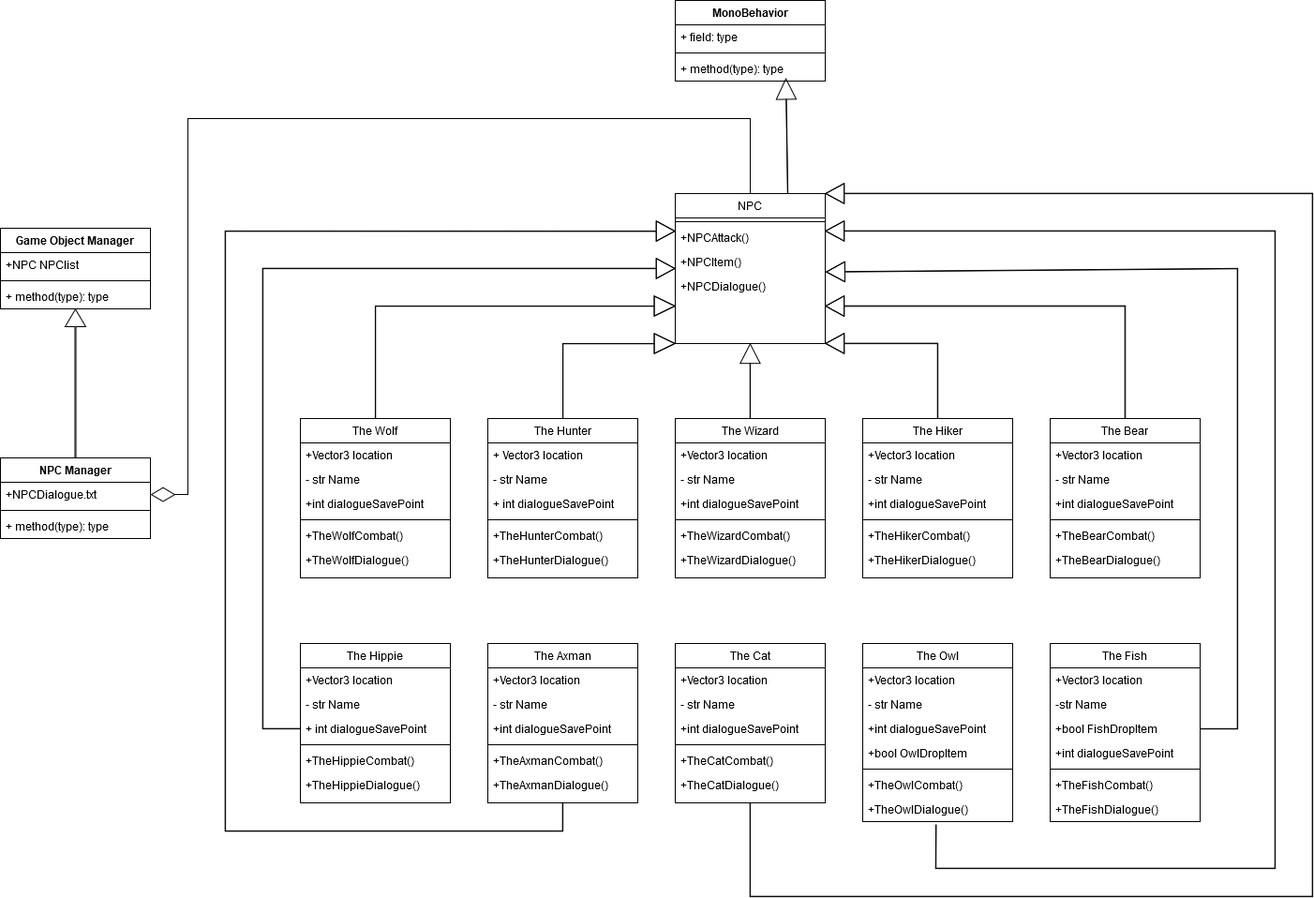
GreenSkyGames/Breaking-Red keeps this draw.io diagram as Docs/tl2/Todd Carter Works/Todd_Carter_Class_Diagram.png. Above is the earlier version. Source tidied: cells renumbered, new cells last; positions are measured from the earlier drawing's top-left corner, leaving out a move shared by most shapes.
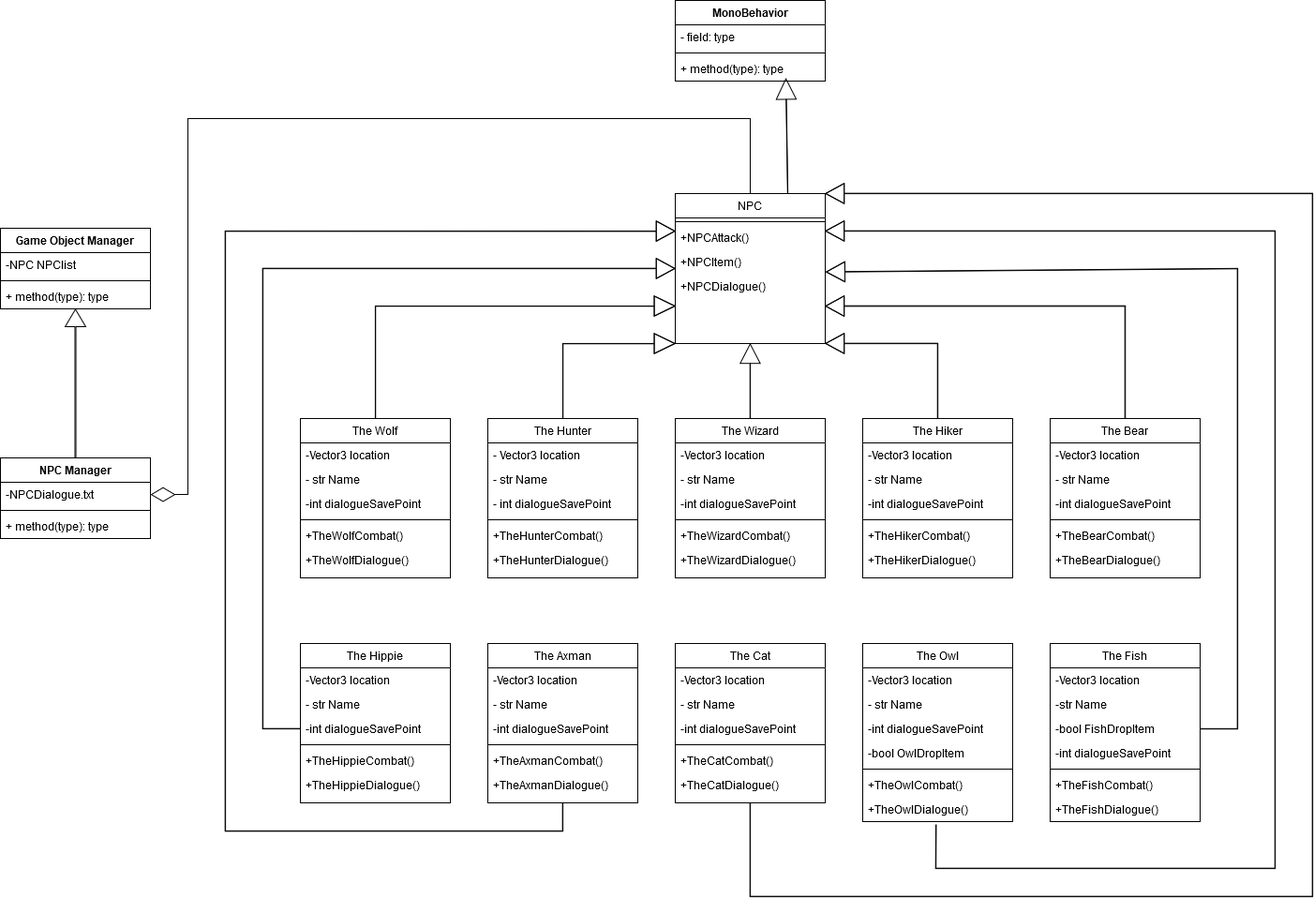
The same file after the commit.

Diff of the diagram source:
```diff
@@ -20,13 +20,13 @@
     <mxCell id="7" value="The Wolf" style="swimlane;fontStyle=0;align=center;verticalAlign=top;horizontal=1;startSize=26;rounded=0;shadow=0;strokeWidth=1;" parent="1" vertex="1">
       <mxGeometry x="320" y="446" width="160" height="170" as="geometry" />
     </mxCell>
-    <mxCell id="8" value="+Vector3 location" style="text;align=left;verticalAlign=top;spacingLeft=4;spacingRight=4;overflow=hidden;" parent="7" vertex="1">
+    <mxCell id="8" value="-Vector3 location" style="text;align=left;verticalAlign=top;spacingLeft=4;spacingRight=4;overflow=hidden;" parent="7" vertex="1">
       <mxGeometry y="26" width="160" height="26" as="geometry" />
     </mxCell>
     <mxCell id="9" value="- str Name" style="text;align=left;verticalAlign=top;spacingLeft=4;spacingRight=4;overflow=hidden;rounded=0;shadow=0;html=0;" parent="7" vertex="1">
       <mxGeometry y="52" width="160" height="26" as="geometry" />
     </mxCell>
-    <mxCell id="10" value="+int dialogueSavePoint" style="text;align=left;verticalAlign=top;spacingLeft=4;spacingRight=4;overflow=hidden;rounded=0;shadow=0;html=0;" parent="7" vertex="1">
+    <mxCell id="10" value="-int dialogueSavePoint" style="text;align=left;verticalAlign=top;spacingLeft=4;spacingRight=4;overflow=hidden;rounded=0;shadow=0;html=0;" parent="7" vertex="1">
       <mxGeometry y="78" width="160" height="26" as="geometry" />
     </mxCell>
     <mxCell id="11" style="line;html=1;strokeWidth=1;align=left;verticalAlign=middle;spacingTop=-1;spacingLeft=3;spacingRight=3;labelPosition=right;" parent="7" vertex="1">
@@ -41,13 +41,13 @@
     <mxCell id="14" value="The Hunter" style="swimlane;fontStyle=0;align=center;verticalAlign=top;horizontal=1;startSize=26;rounded=0;shadow=0;strokeWidth=1;" parent="1" vertex="1">
       <mxGeometry x="520" y="446" width="160" height="170" as="geometry" />
     </mxCell>
-    <mxCell id="15" value="+ Vector3 location" style="text;align=left;verticalAlign=top;spacingLeft=4;spacingRight=4;overflow=hidden;" parent="14" vertex="1">
+    <mxCell id="15" value="- Vector3 location" style="text;align=left;verticalAlign=top;spacingLeft=4;spacingRight=4;overflow=hidden;" parent="14" vertex="1">
       <mxGeometry y="26" width="160" height="26" as="geometry" />
     </mxCell>
     <mxCell id="16" value="- str Name" style="text;align=left;verticalAlign=top;spacingLeft=4;spacingRight=4;overflow=hidden;rounded=0;shadow=0;html=0;" parent="14" vertex="1">
       <mxGeometry y="52" width="160" height="26" as="geometry" />
     </mxCell>
-    <mxCell id="17" value="+ int dialogueSavePoint" style="text;align=left;verticalAlign=top;spacingLeft=4;spacingRight=4;overflow=hidden;rounded=0;shadow=0;html=0;" parent="14" vertex="1">
+    <mxCell id="17" value="- int dialogueSavePoint" style="text;align=left;verticalAlign=top;spacingLeft=4;spacingRight=4;overflow=hidden;rounded=0;shadow=0;html=0;" parent="14" vertex="1">
       <mxGeometry y="78" width="160" height="26" as="geometry" />
     </mxCell>
     <mxCell id="18" style="line;html=1;strokeWidth=1;align=left;verticalAlign=middle;spacingTop=-1;spacingLeft=3;spacingRight=3;labelPosition=right;" parent="14" vertex="1">
@@ -62,13 +62,13 @@
     <mxCell id="21" value="The Wizard" style="swimlane;fontStyle=0;align=center;verticalAlign=top;horizontal=1;startSize=26;rounded=0;shadow=0;strokeWidth=1;" parent="1" vertex="1">
       <mxGeometry x="720" y="446" width="160" height="170" as="geometry" />
     </mxCell>
-    <mxCell id="22" value="+Vector3 location" style="text;align=left;verticalAlign=top;spacingLeft=4;spacingRight=4;overflow=hidden;" parent="21" vertex="1">
+    <mxCell id="22" value="-Vector3 location" style="text;align=left;verticalAlign=top;spacingLeft=4;spacingRight=4;overflow=hidden;" parent="21" vertex="1">
       <mxGeometry y="26" width="160" height="26" as="geometry" />
     </mxCell>
     <mxCell id="23" value="- str Name" style="text;align=left;verticalAlign=top;spacingLeft=4;spacingRight=4;overflow=hidden;rounded=0;shadow=0;html=0;" parent="21" vertex="1">
       <mxGeometry y="52" width="160" height="26" as="geometry" />
     </mxCell>
-    <mxCell id="24" value="+int dialogueSavePoint" style="text;align=left;verticalAlign=top;spacingLeft=4;spacingRight=4;overflow=hidden;rounded=0;shadow=0;html=0;" parent="21" vertex="1">
+    <mxCell id="24" value="-int dialogueSavePoint" style="text;align=left;verticalAlign=top;spacingLeft=4;spacingRight=4;overflow=hidden;rounded=0;shadow=0;html=0;" parent="21" vertex="1">
       <mxGeometry y="78" width="160" height="26" as="geometry" />
     </mxCell>
     <mxCell id="25" style="line;html=1;strokeWidth=1;align=left;verticalAlign=middle;spacingTop=-1;spacingLeft=3;spacingRight=3;labelPosition=right;" parent="21" vertex="1">
@@ -83,13 +83,13 @@
     <mxCell id="28" value="The Hiker" style="swimlane;fontStyle=0;align=center;verticalAlign=top;horizontal=1;startSize=26;rounded=0;shadow=0;strokeWidth=1;" parent="1" vertex="1">
       <mxGeometry x="920" y="446" width="160" height="170" as="geometry" />
     </mxCell>
-    <mxCell id="29" value="+Vector3 location" style="text;align=left;verticalAlign=top;spacingLeft=4;spacingRight=4;overflow=hidden;" parent="28" vertex="1">
+    <mxCell id="29" value="-Vector3 location" style="text;align=left;verticalAlign=top;spacingLeft=4;spacingRight=4;overflow=hidden;" parent="28" vertex="1">
       <mxGeometry y="26" width="160" height="26" as="geometry" />
     </mxCell>
     <mxCell id="30" value="- str Name" style="text;align=left;verticalAlign=top;spacingLeft=4;spacingRight=4;overflow=hidden;rounded=0;shadow=0;html=0;" parent="28" vertex="1">
       <mxGeometry y="52" width="160" height="26" as="geometry" />
     </mxCell>
-    <mxCell id="31" value="+int dialogueSavePoint" style="text;align=left;verticalAlign=top;spacingLeft=4;spacingRight=4;overflow=hidden;rounded=0;shadow=0;html=0;" parent="28" vertex="1">
+    <mxCell id="31" value="-int dialogueSavePoint" style="text;align=left;verticalAlign=top;spacingLeft=4;spacingRight=4;overflow=hidden;rounded=0;shadow=0;html=0;" parent="28" vertex="1">
       <mxGeometry y="78" width="160" height="26" as="geometry" />
     </mxCell>
     <mxCell id="32" style="line;html=1;strokeWidth=1;align=left;verticalAlign=middle;spacingTop=-1;spacingLeft=3;spacingRight=3;labelPosition=right;" parent="28" vertex="1">
@@ -104,13 +104,13 @@
     <mxCell id="35" value="The Bear" style="swimlane;fontStyle=0;align=center;verticalAlign=top;horizontal=1;startSize=26;rounded=0;shadow=0;strokeWidth=1;" parent="1" vertex="1">
       <mxGeometry x="1120" y="446" width="160" height="170" as="geometry" />
     </mxCell>
-    <mxCell id="36" value="+Vector3 location" style="text;align=left;verticalAlign=top;spacingLeft=4;spacingRight=4;overflow=hidden;" parent="35" vertex="1">
+    <mxCell id="36" value="-Vector3 location" style="text;align=left;verticalAlign=top;spacingLeft=4;spacingRight=4;overflow=hidden;" parent="35" vertex="1">
       <mxGeometry y="26" width="160" height="26" as="geometry" />
     </mxCell>
     <mxCell id="37" value="- str Name" style="text;align=left;verticalAlign=top;spacingLeft=4;spacingRight=4;overflow=hidden;rounded=0;shadow=0;html=0;" parent="35" vertex="1">
       <mxGeometry y="52" width="160" height="26" as="geometry" />
     </mxCell>
-    <mxCell id="38" value="+int dialogueSavePoint" style="text;align=left;verticalAlign=top;spacingLeft=4;spacingRight=4;overflow=hidden;rounded=0;shadow=0;html=0;" parent="35" vertex="1">
+    <mxCell id="38" value="-int dialogueSavePoint" style="text;align=left;verticalAlign=top;spacingLeft=4;spacingRight=4;overflow=hidden;rounded=0;shadow=0;html=0;" parent="35" vertex="1">
       <mxGeometry y="78" width="160" height="26" as="geometry" />
     </mxCell>
     <mxCell id="39" style="line;html=1;strokeWidth=1;align=left;verticalAlign=middle;spacingTop=-1;spacingLeft=3;spacingRight=3;labelPosition=right;" parent="35" vertex="1">
@@ -125,13 +125,13 @@
     <mxCell id="42" value="The Hippie" style="swimlane;fontStyle=0;align=center;verticalAlign=top;horizontal=1;startSize=26;rounded=0;shadow=0;strokeWidth=1;" parent="1" vertex="1">
       <mxGeometry x="320" y="686" width="160" height="170" as="geometry" />
     </mxCell>
-    <mxCell id="43" value="+Vector3 location" style="text;align=left;verticalAlign=top;spacingLeft=4;spacingRight=4;overflow=hidden;" parent="42" vertex="1">
+    <mxCell id="43" value="-Vector3 location" style="text;align=left;verticalAlign=top;spacingLeft=4;spacingRight=4;overflow=hidden;" parent="42" vertex="1">
       <mxGeometry y="26" width="160" height="26" as="geometry" />
     </mxCell>
     <mxCell id="44" value="- str Name" style="text;align=left;verticalAlign=top;spacingLeft=4;spacingRight=4;overflow=hidden;rounded=0;shadow=0;html=0;" parent="42" vertex="1">
       <mxGeometry y="52" width="160" height="26" as="geometry" />
     </mxCell>
-    <mxCell id="45" value="+ int dialogueSavePoint" style="text;align=left;verticalAlign=top;spacingLeft=4;spacingRight=4;overflow=hidden;points=[[0,0.5],[1,0.5]];portConstraint=eastwest;rounded=0;shadow=0;html=0;" parent="42" vertex="1">
+    <mxCell id="45" value="-int dialogueSavePoint" style="text;align=left;verticalAlign=top;spacingLeft=4;spacingRight=4;overflow=hidden;points=[[0,0.5],[1,0.5]];portConstraint=eastwest;rounded=0;shadow=0;html=0;" parent="42" vertex="1">
       <mxGeometry y="78" width="160" height="26" as="geometry" />
     </mxCell>
     <mxCell id="46" style="line;html=1;strokeWidth=1;align=left;verticalAlign=middle;spacingTop=-1;spacingLeft=3;spacingRight=3;labelPosition=right;" parent="42" vertex="1">
@@ -146,13 +146,13 @@
     <mxCell id="49" value="The Axman" style="swimlane;fontStyle=0;align=center;verticalAlign=top;horizontal=1;startSize=26;rounded=0;shadow=0;strokeWidth=1;" parent="1" vertex="1">
       <mxGeometry x="520" y="686" width="160" height="170" as="geometry" />
     </mxCell>
-    <mxCell id="50" value="+Vector3 location" style="text;align=left;verticalAlign=top;spacingLeft=4;spacingRight=4;overflow=hidden;" parent="49" vertex="1">
+    <mxCell id="50" value="-Vector3 location" style="text;align=left;verticalAlign=top;spacingLeft=4;spacingRight=4;overflow=hidden;" parent="49" vertex="1">
       <mxGeometry y="26" width="160" height="26" as="geometry" />
     </mxCell>
     <mxCell id="51" value="- str Name" style="text;align=left;verticalAlign=top;spacingLeft=4;spacingRight=4;overflow=hidden;rounded=0;shadow=0;html=0;" parent="49" vertex="1">
       <mxGeometry y="52" width="160" height="26" as="geometry" />
     </mxCell>
-    <mxCell id="52" value="+int dialogueSavePoint" style="text;align=left;verticalAlign=top;spacingLeft=4;spacingRight=4;overflow=hidden;rounded=0;shadow=0;html=0;" parent="49" vertex="1">
+    <mxCell id="52" value="-int dialogueSavePoint" style="text;align=left;verticalAlign=top;spacingLeft=4;spacingRight=4;overflow=hidden;rounded=0;shadow=0;html=0;" parent="49" vertex="1">
       <mxGeometry y="78" width="160" height="26" as="geometry" />
     </mxCell>
     <mxCell id="53" style="line;html=1;strokeWidth=1;align=left;verticalAlign=middle;spacingTop=-1;spacingLeft=3;spacingRight=3;labelPosition=right;" parent="49" vertex="1">
@@ -167,13 +167,13 @@
     <mxCell id="56" value="The Cat" style="swimlane;fontStyle=0;align=center;verticalAlign=top;horizontal=1;startSize=26;rounded=0;shadow=0;strokeWidth=1;" parent="1" vertex="1">
       <mxGeometry x="720" y="686" width="160" height="170" as="geometry" />
     </mxCell>
-    <mxCell id="57" value="+Vector3 location" style="text;align=left;verticalAlign=top;spacingLeft=4;spacingRight=4;overflow=hidden;" parent="56" vertex="1">
+    <mxCell id="57" value="-Vector3 location" style="text;align=left;verticalAlign=top;spacingLeft=4;spacingRight=4;overflow=hidden;" parent="56" vertex="1">
       <mxGeometry y="26" width="160" height="26" as="geometry" />
     </mxCell>
     <mxCell id="58" value="- str Name" style="text;align=left;verticalAlign=top;spacingLeft=4;spacingRight=4;overflow=hidden;rounded=0;shadow=0;html=0;" parent="56" vertex="1">
       <mxGeometry y="52" width="160" height="26" as="geometry" />
     </mxCell>
-    <mxCell id="59" value="+int dialogueSavePoint" style="text;align=left;verticalAlign=top;spacingLeft=4;spacingRight=4;overflow=hidden;rounded=0;shadow=0;html=0;" parent="56" vertex="1">
+    <mxCell id="59" value="-int dialogueSavePoint" style="text;align=left;verticalAlign=top;spacingLeft=4;spacingRight=4;overflow=hidden;rounded=0;shadow=0;html=0;" parent="56" vertex="1">
       <mxGeometry y="78" width="160" height="26" as="geometry" />
     </mxCell>
     <mxCell id="60" style="line;html=1;strokeWidth=1;align=left;verticalAlign=middle;spacingTop=-1;spacingLeft=3;spacingRight=3;labelPosition=right;" parent="56" vertex="1">
@@ -188,16 +188,16 @@
     <mxCell id="63" value="The Owl" style="swimlane;fontStyle=0;align=center;verticalAlign=top;horizontal=1;startSize=26;rounded=0;shadow=0;strokeWidth=1;" parent="1" vertex="1">
       <mxGeometry x="920" y="686" width="160" height="190" as="geometry" />
     </mxCell>
-    <mxCell id="64" value="+Vector3 location" style="text;align=left;verticalAlign=top;spacingLeft=4;spacingRight=4;overflow=hidden;" parent="63" vertex="1">
+    <mxCell id="64" value="-Vector3 location" style="text;align=left;verticalAlign=top;spacingLeft=4;spacingRight=4;overflow=hidden;" parent="63" vertex="1">
       <mxGeometry y="26" width="160" height="26" as="geometry" />
     </mxCell>
     <mxCell id="65" value="- str Name" style="text;align=left;verticalAlign=top;spacingLeft=4;spacingRight=4;overflow=hidden;rounded=0;shadow=0;html=0;" parent="63" vertex="1">
       <mxGeometry y="52" width="160" height="26" as="geometry" />
     </mxCell>
-    <mxCell id="66" value="+int dialogueSavePoint" style="text;align=left;verticalAlign=top;spacingLeft=4;spacingRight=4;overflow=hidden;rounded=0;shadow=0;html=0;" parent="63" vertex="1">
+    <mxCell id="66" value="-int dialogueSavePoint" style="text;align=left;verticalAlign=top;spacingLeft=4;spacingRight=4;overflow=hidden;rounded=0;shadow=0;html=0;" parent="63" vertex="1">
       <mxGeometry y="78" width="160" height="26" as="geometry" />
     </mxCell>
-    <mxCell id="67" value="+bool OwlDropItem" style="text;align=left;verticalAlign=top;spacingLeft=4;spacingRight=4;overflow=hidden;rounded=0;shadow=0;html=0;" parent="63" vertex="1">
+    <mxCell id="67" value="-bool OwlDropItem" style="text;align=left;verticalAlign=top;spacingLeft=4;spacingRight=4;overflow=hidden;rounded=0;shadow=0;html=0;" parent="63" vertex="1">
       <mxGeometry y="104" width="160" height="26" as="geometry" />
     </mxCell>
     <mxCell id="68" style="line;html=1;strokeWidth=1;align=left;verticalAlign=middle;spacingTop=-1;spacingLeft=3;spacingRight=3;labelPosition=right;" parent="63" vertex="1">
@@ -212,16 +212,16 @@
     <mxCell id="71" value="The Fish" style="swimlane;fontStyle=0;align=center;verticalAlign=top;horizontal=1;startSize=26;rounded=0;shadow=0;strokeWidth=1;" parent="1" vertex="1">
       <mxGeometry x="1120" y="686" width="160" height="190" as="geometry" />
     </mxCell>
-    <mxCell id="72" value="+Vector3 location" style="text;align=left;verticalAlign=top;spacingLeft=4;spacingRight=4;overflow=hidden;" parent="71" vertex="1">
+    <mxCell id="72" value="-Vector3 location" style="text;align=left;verticalAlign=top;spacingLeft=4;spacingRight=4;overflow=hidden;" parent="71" vertex="1">
       <mxGeometry y="26" width="160" height="26" as="geometry" />
     </mxCell>
     <mxCell id="73" value="-str Name" style="text;align=left;verticalAlign=top;spacingLeft=4;spacingRight=4;overflow=hidden;rounded=0;shadow=0;html=0;" parent="71" vertex="1">
       <mxGeometry y="52" width="160" height="26" as="geometry" />
     </mxCell>
-    <mxCell id="74" value="+bool FishDropItem" style="text;align=left;verticalAlign=top;spacingLeft=4;spacingRight=4;overflow=hidden;points=[[0,0.5],[1,0.5]];portConstraint=eastwest;rounded=0;shadow=0;html=0;" parent="71" vertex="1">
+    <mxCell id="74" value="-bool FishDropItem" style="text;align=left;verticalAlign=top;spacingLeft=4;spacingRight=4;overflow=hidden;points=[[0,0.5],[1,0.5]];portConstraint=eastwest;rounded=0;shadow=0;html=0;" parent="71" vertex="1">
       <mxGeometry y="78" width="160" height="26" as="geometry" />
     </mxCell>
-    <mxCell id="75" value="+int dialogueSavePoint" style="text;align=left;verticalAlign=top;spacingLeft=4;spacingRight=4;overflow=hidden;rounded=0;shadow=0;html=0;" parent="71" vertex="1">
+    <mxCell id="75" value="-int dialogueSavePoint" style="text;align=left;verticalAlign=top;spacingLeft=4;spacingRight=4;overflow=hidden;rounded=0;shadow=0;html=0;" parent="71" vertex="1">
       <mxGeometry y="104" width="160" height="26" as="geometry" />
     </mxCell>
     <mxCell id="76" style="line;html=1;strokeWidth=1;align=left;verticalAlign=middle;spacingTop=-1;spacingLeft=3;spacingRight=3;labelPosition=right;" parent="71" vertex="1">
@@ -236,7 +236,7 @@
     <mxCell id="79" value="Game Object Manager" style="swimlane;fontStyle=1;align=center;verticalAlign=top;horizontal=1;startSize=26;whiteSpace=wrap;html=1;" parent="1" vertex="1">
       <mxGeometry y="243" width="160" height="86" as="geometry" />
     </mxCell>
-    <mxCell id="80" value="+NPC NPClist" style="text;strokeColor=none;fillColor=none;align=left;verticalAlign=top;spacingLeft=4;spacingRight=4;overflow=hidden;whiteSpace=wrap;html=1;" parent="79" vertex="1">
+    <mxCell id="80" value="-NPC NPClist" style="text;strokeColor=none;fillColor=none;align=left;verticalAlign=top;spacingLeft=4;spacingRight=4;overflow=hidden;whiteSpace=wrap;html=1;" parent="79" vertex="1">
       <mxGeometry y="26" width="160" height="26" as="geometry" />
     </mxCell>
     <mxCell id="81" style="line;strokeWidth=1;fillColor=none;align=left;verticalAlign=middle;spacingTop=-1;spacingLeft=3;spacingRight=3;labelPosition=right;strokeColor=inherit;" parent="79" vertex="1">
@@ -264,7 +264,7 @@
     <mxCell id="85" value="NPC Manager" style="swimlane;fontStyle=1;align=center;verticalAlign=top;horizontal=1;startSize=26;whiteSpace=wrap;html=1;" parent="1" vertex="1">
       <mxGeometry y="488" width="160" height="86" as="geometry" />
     </mxCell>
-    <mxCell id="86" value="+NPCDialogue.txt" style="text;strokeColor=none;fillColor=none;align=left;verticalAlign=top;spacingLeft=4;spacingRight=4;overflow=hidden;points=[[0,0.5],[1,0.5]];portConstraint=eastwest;whiteSpace=wrap;html=1;" parent="85" vertex="1">
+    <mxCell id="86" value="-NPCDialogue.txt" style="text;strokeColor=none;fillColor=none;align=left;verticalAlign=top;spacingLeft=4;spacingRight=4;overflow=hidden;points=[[0,0.5],[1,0.5]];portConstraint=eastwest;whiteSpace=wrap;html=1;" parent="85" vertex="1">
       <mxGeometry y="26" width="160" height="26" as="geometry" />
     </mxCell>
     <mxCell id="87" style="line;strokeWidth=1;fillColor=none;align=left;verticalAlign=middle;spacingTop=-1;spacingLeft=3;spacingRight=3;labelPosition=right;strokeColor=inherit;" parent="85" vertex="1">
@@ -279,7 +279,7 @@
     <mxCell id="90" value="MonoBehavior" style="swimlane;fontStyle=1;align=center;verticalAlign=top;horizontal=1;startSize=26;whiteSpace=wrap;html=1;" parent="1" vertex="1">
       <mxGeometry x="720" width="160" height="86" as="geometry" />
     </mxCell>
-    <mxCell id="91" value="+ field: type" style="text;strokeColor=none;fillColor=none;align=left;verticalAlign=top;spacingLeft=4;spacingRight=4;overflow=hidden;whiteSpace=wrap;html=1;" parent="90" vertex="1">
+    <mxCell id="91" value="- field: type" style="text;strokeColor=none;fillColor=none;align=left;verticalAlign=top;spacingLeft=4;spacingRight=4;overflow=hidden;whiteSpace=wrap;html=1;" parent="90" vertex="1">
       <mxGeometry y="26" width="160" height="26" as="geometry" />
     </mxCell>
     <mxCell id="92" style="line;strokeWidth=1;fillColor=none;align=left;verticalAlign=middle;spacingTop=-1;spacingLeft=3;spacingRight=3;labelPosition=right;strokeColor=inherit;" parent="90" vertex="1">
```
